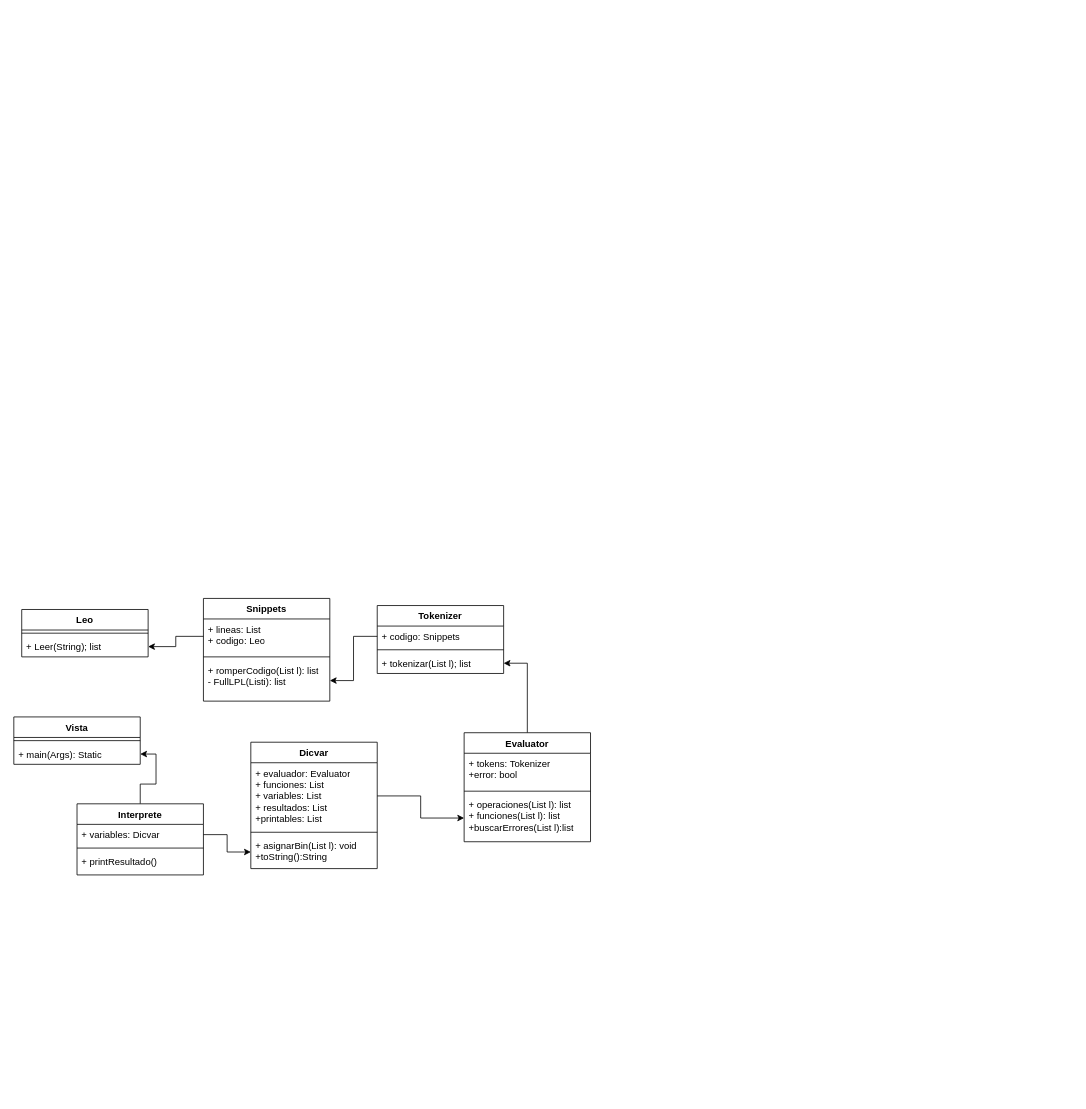
Above: ProyectoPrimerUML.drawio in JusSolo/Interprete_LISP (draw.io), before the change. Source tidied: cells renumbered, new cells numbered last; positions are measured from the earlier drawing's top-left corner, leaving out a move shared by most shapes. Both pictures are drawn from the tidied source at 79%, with x=0, y=0 at pixel (13, 598).
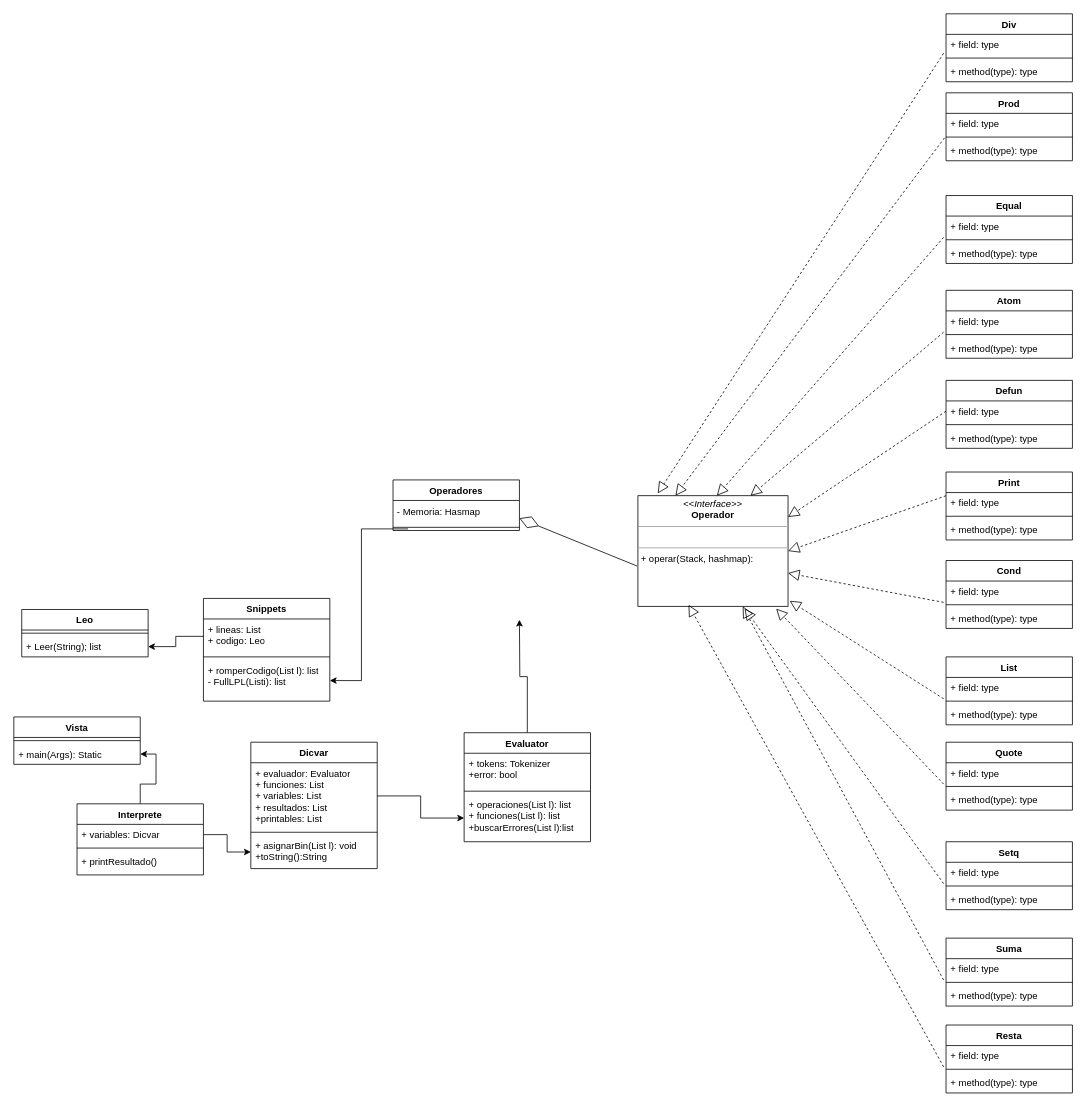
Above is the later version.

Unchanged cells that the change refers to:
```xml
<mxCell id="8" value="&lt;div&gt;+ romperCodigo(List l): list&lt;/div&gt;&lt;div&gt;- FullLPL(Listi): list&lt;br&gt;&lt;/div&gt;" style="text;strokeColor=none;fillColor=none;align=left;verticalAlign=top;spacingLeft=4;spacingRight=4;overflow=hidden;points=[[0,0.5],[1,0.5]];portConstraint=eastwest;whiteSpace=wrap;html=1;" parent="5" vertex="1">
  <mxGeometry y="78" width="160" height="52" as="geometry" />
</mxCell>
<mxCell id="10" value="Evaluator" style="swimlane;fontStyle=1;align=center;verticalAlign=top;horizontal=1;startSize=26;whiteSpace=wrap;html=1;" parent="1" vertex="1">
  <mxGeometry x="570" y="170" width="160" height="138" as="geometry" />
</mxCell>
```

What changed in the source:
```diff
@@
-    <mxCell id="9" style="edgeStyle=orthogonalEdgeStyle;rounded=0;jettySize=auto;html=1;" parent="1" edge="1" source="10" target="17">
-      <mxGeometry relative="1" as="geometry" />
+    <mxCell id="9" style="edgeStyle=orthogonalEdgeStyle;rounded=0;jettySize=auto;html=1;" parent="1" edge="1" source="10">
+      <mxGeometry relative="1" as="geometry">
+        <mxPoint x="640" y="27" as="targetPoint" />
+      </mxGeometry>
     </mxCell>
@@
-    <mxCell id="14" value="Tokenizer" style="swimlane;fontStyle=1;align=center;verticalAlign=top;horizontal=1;startSize=26;whiteSpace=wrap;html=1;" parent="1" vertex="1">
-      <mxGeometry x="460" y="9" width="160" height="86" as="geometry" />
+    <mxCell id="14" value="Operadores" style="swimlane;fontStyle=1;align=center;verticalAlign=top;horizontal=1;startSize=26;whiteSpace=wrap;html=1;" parent="1" vertex="1">
+      <mxGeometry x="480" y="-150" width="160" height="64" as="geometry" />
     </mxCell>
-    <mxCell id="15" value="+ codigo: Snippets" style="text;strokeColor=none;fillColor=none;align=left;verticalAlign=top;spacingLeft=4;spacingRight=4;overflow=hidden;points=[[0,0.5],[1,0.5]];portConstraint=eastwest;whiteSpace=wrap;html=1;" parent="14" vertex="1">
-      <mxGeometry y="26" width="160" height="26" as="geometry" />
-    </mxCell>
+    <mxCell id="34" value="&amp;nbsp;- Memoria: Hasmap " style="text;html=1;align=left;verticalAlign=middle;whiteSpace=wrap;rounded=0;" parent="14" vertex="1">
+      <mxGeometry y="26" width="160" height="30" as="geometry" />
+    </mxCell>
     <mxCell id="16" style="line;strokeWidth=1;fillColor=none;align=left;verticalAlign=middle;spacingTop=-1;spacingLeft=3;spacingRight=3;labelPosition=right;points=[];portConstraint=eastwest;strokeColor=inherit;" parent="14" vertex="1">
-      <mxGeometry y="52" width="160" height="8" as="geometry" />
+      <mxGeometry y="56" width="160" height="8" as="geometry" />
     </mxCell>
-    <mxCell id="17" value="+ tokenizar(List l); list" style="text;strokeColor=none;fillColor=none;align=left;verticalAlign=top;spacingLeft=4;spacingRight=4;overflow=hidden;points=[[0,0.5],[1,0.5]];portConstraint=eastwest;whiteSpace=wrap;html=1;" parent="14" vertex="1">
-      <mxGeometry y="60" width="160" height="26" as="geometry" />
-    </mxCell>
@@
-    <mxCell id="26" style="edgeStyle=orthogonalEdgeStyle;rounded=0;jettySize=auto;html=1;" parent="1" edge="1" source="15" target="8">
+    <mxCell id="26" style="edgeStyle=orthogonalEdgeStyle;rounded=0;jettySize=auto;html=1;exitX=0.119;exitY=0.75;exitDx=0;exitDy=0;exitPerimeter=0;" parent="1" edge="1" source="16" target="8">
       <mxGeometry relative="1" as="geometry" />
     </mxCell>
@@
+    <mxCell id="35" value="&lt;p style=&quot;margin:0px;margin-top:4px;text-align:center;&quot;&gt;&lt;i&gt;&amp;lt;&amp;lt;Interface&amp;gt;&amp;gt;&lt;/i&gt;&lt;br&gt;&lt;b&gt;Operador&lt;/b&gt;&lt;br&gt;&lt;/p&gt;&lt;hr size=&quot;1&quot;&gt;&lt;p style=&quot;margin:0px;margin-left:4px;&quot;&gt;&lt;br&gt;&lt;/p&gt;&lt;hr size=&quot;1&quot;&gt;&lt;p style=&quot;margin:0px;margin-left:4px;&quot;&gt;+ operar(Stack, hashmap):&lt;/p&gt;&lt;p style=&quot;margin:0px;margin-left:4px;&quot;&gt;&lt;br&gt;&lt;/p&gt;" style="verticalAlign=top;align=left;overflow=fill;html=1;whiteSpace=wrap;" parent="1" vertex="1">
+      <mxGeometry x="790" y="-130" width="190" height="140" as="geometry" />
+    </mxCell>
+    <mxCell id="36" style="endArrow=diamondThin;endFill=0;endSize=24;html=1;rounded=0;exitX=-0.005;exitY=0.636;exitDx=0;exitDy=0;exitPerimeter=0;entryX=1;entryY=0.75;entryDx=0;entryDy=0;" parent="1" edge="1" source="35" target="34">
+      <mxGeometry relative="1" as="geometry" />
+    </mxCell>
+    <mxCell id="37" style="endArrow=block;dashed=1;endFill=0;endSize=12;html=1;rounded=0;entryX=1;entryY=0.193;entryDx=0;entryDy=0;entryPerimeter=0;exitX=0;exitY=0.5;exitDx=0;exitDy=0;" parent="1" edge="1" source="39" target="35">
+      <mxGeometry relative="1" as="geometry" />
+    </mxCell>
+    <mxCell id="38" value="Defun" style="swimlane;fontStyle=1;align=center;verticalAlign=top;horizontal=1;startSize=26;whiteSpace=wrap;html=1;" parent="1" vertex="1">
+      <mxGeometry x="1180" y="-276" width="160" height="86" as="geometry" />
+    </mxCell>
+    <mxCell id="39" value="+ field: type" style="text;strokeColor=none;fillColor=none;align=left;verticalAlign=top;spacingLeft=4;spacingRight=4;overflow=hidden;points=[[0,0.5],[1,0.5]];portConstraint=eastwest;whiteSpace=wrap;html=1;" parent="38" vertex="1">
+      <mxGeometry y="26" width="160" height="26" as="geometry" />
+    </mxCell>
+    <mxCell id="40" style="line;strokeWidth=1;fillColor=none;align=left;verticalAlign=middle;spacingTop=-1;spacingLeft=3;spacingRight=3;labelPosition=right;strokeColor=inherit;" parent="38" vertex="1">
+      <mxGeometry y="52" width="160" height="8" as="geometry" />
+    </mxCell>
+    <mxCell id="41" value="+ method(type): type" style="text;strokeColor=none;fillColor=none;align=left;verticalAlign=top;spacingLeft=4;spacingRight=4;overflow=hidden;whiteSpace=wrap;html=1;" parent="38" vertex="1">
+      <mxGeometry y="60" width="160" height="26" as="geometry" />
+    </mxCell>
+    <mxCell id="42" value="Print" style="swimlane;fontStyle=1;align=center;verticalAlign=top;horizontal=1;startSize=26;whiteSpace=wrap;html=1;" parent="1" vertex="1">
+      <mxGeometry x="1180" y="-160" width="160" height="86" as="geometry" />
+    </mxCell>
+    <mxCell id="43" value="+ field: type" style="text;strokeColor=none;fillColor=none;align=left;verticalAlign=top;spacingLeft=4;spacingRight=4;overflow=hidden;whiteSpace=wrap;html=1;" parent="42" vertex="1">
+      <mxGeometry y="26" width="160" height="26" as="geometry" />
+    </mxCell>
+    <mxCell id="44" style="line;strokeWidth=1;fillColor=none;align=left;verticalAlign=middle;spacingTop=-1;spacingLeft=3;spacingRight=3;labelPosition=right;strokeColor=inherit;" parent="42" vertex="1">
+      <mxGeometry y="52" width="160" height="8" as="geometry" />
+    </mxCell>
+    <mxCell id="45" value="+ method(type): type" style="text;strokeColor=none;fillColor=none;align=left;verticalAlign=top;spacingLeft=4;spacingRight=4;overflow=hidden;whiteSpace=wrap;html=1;" parent="42" vertex="1">
+      <mxGeometry y="60" width="160" height="26" as="geometry" />
+    </mxCell>
+    <mxCell id="46" value="Cond" style="swimlane;fontStyle=1;align=center;verticalAlign=top;horizontal=1;startSize=26;whiteSpace=wrap;html=1;" parent="1" vertex="1">
+      <mxGeometry x="1180" y="-48" width="160" height="86" as="geometry" />
+    </mxCell>
+    <mxCell id="47" value="+ field: type" style="text;strokeColor=none;fillColor=none;align=left;verticalAlign=top;spacingLeft=4;spacingRight=4;overflow=hidden;points=[[0,0.5],[1,0.5]];portConstraint=eastwest;whiteSpace=wrap;html=1;" parent="46" vertex="1">
+      <mxGeometry y="26" width="160" height="26" as="geometry" />
+    </mxCell>
+    <mxCell id="48" style="line;strokeWidth=1;fillColor=none;align=left;verticalAlign=middle;spacingTop=-1;spacingLeft=3;spacingRight=3;labelPosition=right;strokeColor=inherit;" parent="46" vertex="1">
+      <mxGeometry y="52" width="160" height="8" as="geometry" />
+    </mxCell>
+    <mxCell id="49" value="+ method(type): type" style="text;strokeColor=none;fillColor=none;align=left;verticalAlign=top;spacingLeft=4;spacingRight=4;overflow=hidden;whiteSpace=wrap;html=1;" parent="46" vertex="1">
+      <mxGeometry y="60" width="160" height="26" as="geometry" />
+    </mxCell>
+    <mxCell id="50" style="endArrow=block;dashed=1;endFill=0;endSize=12;html=1;rounded=0;entryX=1;entryY=0.5;entryDx=0;entryDy=0;" parent="1" edge="1" target="35">
+      <mxGeometry relative="1" as="geometry">
+        <mxPoint x="1180" y="-130" as="sourcePoint" />
+      </mxGeometry>
+    </mxCell>
+    <mxCell id="51" style="endArrow=block;dashed=1;endFill=0;endSize=12;html=1;rounded=0;entryX=1;entryY=0.7;entryDx=0;entryDy=0;entryPerimeter=0;exitX=-0.019;exitY=1.038;exitDx=0;exitDy=0;exitPerimeter=0;" parent="1" edge="1" source="47" target="35">
+      <mxGeometry relative="1" as="geometry" />
+    </mxCell>
+    <mxCell id="52" value="List" style="swimlane;fontStyle=1;align=center;verticalAlign=top;horizontal=1;startSize=26;whiteSpace=wrap;html=1;" parent="1" vertex="1">
+      <mxGeometry x="1180" y="74" width="160" height="86" as="geometry" />
+    </mxCell>
+    <mxCell id="53" value="+ field: type" style="text;strokeColor=none;fillColor=none;align=left;verticalAlign=top;spacingLeft=4;spacingRight=4;overflow=hidden;points=[[0,0.5],[1,0.5]];portConstraint=eastwest;whiteSpace=wrap;html=1;" parent="52" vertex="1">
+      <mxGeometry y="26" width="160" height="26" as="geometry" />
+    </mxCell>
+    <mxCell id="54" style="line;strokeWidth=1;fillColor=none;align=left;verticalAlign=middle;spacingTop=-1;spacingLeft=3;spacingRight=3;labelPosition=right;strokeColor=inherit;" parent="52" vertex="1">
+      <mxGeometry y="52" width="160" height="8" as="geometry" />
+    </mxCell>
+    <mxCell id="55" value="+ method(type): type" style="text;strokeColor=none;fillColor=none;align=left;verticalAlign=top;spacingLeft=4;spacingRight=4;overflow=hidden;whiteSpace=wrap;html=1;" parent="52" vertex="1">
+      <mxGeometry y="60" width="160" height="26" as="geometry" />
+    </mxCell>
+    <mxCell id="56" style="endArrow=block;dashed=1;endFill=0;endSize=12;html=1;rounded=0;entryX=1.011;entryY=0.95;entryDx=0;entryDy=0;entryPerimeter=0;exitX=-0.019;exitY=1.038;exitDx=0;exitDy=0;exitPerimeter=0;" parent="1" edge="1" source="53" target="35">
+      <mxGeometry relative="1" as="geometry" />
+    </mxCell>
+    <mxCell id="57" value="Quote" style="swimlane;fontStyle=1;align=center;verticalAlign=top;horizontal=1;startSize=26;whiteSpace=wrap;html=1;" parent="1" vertex="1">
+      <mxGeometry x="1180" y="182" width="160" height="86" as="geometry" />
+    </mxCell>
+    <mxCell id="58" value="+ field: type" style="text;strokeColor=none;fillColor=none;align=left;verticalAlign=top;spacingLeft=4;spacingRight=4;overflow=hidden;points=[[0,0.5],[1,0.5]];portConstraint=eastwest;whiteSpace=wrap;html=1;" parent="57" vertex="1">
+      <mxGeometry y="26" width="160" height="26" as="geometry" />
+    </mxCell>
+    <mxCell id="59" style="line;strokeWidth=1;fillColor=none;align=left;verticalAlign=middle;spacingTop=-1;spacingLeft=3;spacingRight=3;labelPosition=right;strokeColor=inherit;" parent="57" vertex="1">
+      <mxGeometry y="52" width="160" height="8" as="geometry" />
+    </mxCell>
+    <mxCell id="60" value="+ method(type): type" style="text;strokeColor=none;fillColor=none;align=left;verticalAlign=top;spacingLeft=4;spacingRight=4;overflow=hidden;whiteSpace=wrap;html=1;" parent="57" vertex="1">
+      <mxGeometry y="60" width="160" height="26" as="geometry" />
+    </mxCell>
+    <mxCell id="61" style="endArrow=block;dashed=1;endFill=0;endSize=12;html=1;rounded=0;entryX=0.921;entryY=1.021;entryDx=0;entryDy=0;entryPerimeter=0;exitX=-0.019;exitY=1.038;exitDx=0;exitDy=0;exitPerimeter=0;" parent="1" edge="1" source="58" target="35">
+      <mxGeometry relative="1" as="geometry" />
+    </mxCell>
+    <mxCell id="62" value="Setq" style="swimlane;fontStyle=1;align=center;verticalAlign=top;horizontal=1;startSize=26;whiteSpace=wrap;html=1;" parent="1" vertex="1">
+      <mxGeometry x="1180" y="308" width="160" height="86" as="geometry" />
+    </mxCell>
+    <mxCell id="63" value="+ field: type" style="text;strokeColor=none;fillColor=none;align=left;verticalAlign=top;spacingLeft=4;spacingRight=4;overflow=hidden;points=[[0,0.5],[1,0.5]];portConstraint=eastwest;whiteSpace=wrap;html=1;" parent="62" vertex="1">
+      <mxGeometry y="26" width="160" height="26" as="geometry" />
+    </mxCell>
+    <mxCell id="64" style="line;strokeWidth=1;fillColor=none;align=left;verticalAlign=middle;spacingTop=-1;spacingLeft=3;spacingRight=3;labelPosition=right;strokeColor=inherit;" parent="62" vertex="1">
+      <mxGeometry y="52" width="160" height="8" as="geometry" />
+    </mxCell>
+    <mxCell id="65" value="+ method(type): type" style="text;strokeColor=none;fillColor=none;align=left;verticalAlign=top;spacingLeft=4;spacingRight=4;overflow=hidden;whiteSpace=wrap;html=1;" parent="62" vertex="1">
+      <mxGeometry y="60" width="160" height="26" as="geometry" />
+    </mxCell>
+    <mxCell id="66" style="endArrow=block;dashed=1;endFill=0;endSize=12;html=1;rounded=0;entryX=0.711;entryY=1.021;entryDx=0;entryDy=0;entryPerimeter=0;exitX=-0.019;exitY=1.038;exitDx=0;exitDy=0;exitPerimeter=0;" parent="1" edge="1" source="63" target="35">
+      <mxGeometry relative="1" as="geometry" />
+    </mxCell>
+    <mxCell id="67" value="Atom" style="swimlane;fontStyle=1;align=center;verticalAlign=top;horizontal=1;startSize=26;whiteSpace=wrap;html=1;" parent="1" vertex="1">
+      <mxGeometry x="1180" y="-390" width="160" height="86" as="geometry" />
+    </mxCell>
+    <mxCell id="68" value="+ field: type" style="text;strokeColor=none;fillColor=none;align=left;verticalAlign=top;spacingLeft=4;spacingRight=4;overflow=hidden;points=[[0,0.5],[1,0.5]];portConstraint=eastwest;whiteSpace=wrap;html=1;" parent="67" vertex="1">
+      <mxGeometry y="26" width="160" height="26" as="geometry" />
+    </mxCell>
+    <mxCell id="69" style="line;strokeWidth=1;fillColor=none;align=left;verticalAlign=middle;spacingTop=-1;spacingLeft=3;spacingRight=3;labelPosition=right;strokeColor=inherit;" parent="67" vertex="1">
+      <mxGeometry y="52" width="160" height="8" as="geometry" />
+    </mxCell>
+    <mxCell id="70" value="+ method(type): type" style="text;strokeColor=none;fillColor=none;align=left;verticalAlign=top;spacingLeft=4;spacingRight=4;overflow=hidden;whiteSpace=wrap;html=1;" parent="67" vertex="1">
+      <mxGeometry y="60" width="160" height="26" as="geometry" />
+    </mxCell>
+    <mxCell id="71" style="endArrow=block;dashed=1;endFill=0;endSize=12;html=1;rounded=0;entryX=0.75;entryY=0;entryDx=0;entryDy=0;exitX=-0.019;exitY=1.038;exitDx=0;exitDy=0;exitPerimeter=0;" parent="1" edge="1" source="68" target="35">
+      <mxGeometry relative="1" as="geometry" />
+    </mxCell>
+    <mxCell id="72" value="Equal" style="swimlane;fontStyle=1;align=center;verticalAlign=top;horizontal=1;startSize=26;whiteSpace=wrap;html=1;" parent="1" vertex="1">
+      <mxGeometry x="1180" y="-510" width="160" height="86" as="geometry" />
+    </mxCell>
+    <mxCell id="73" value="+ field: type" style="text;strokeColor=none;fillColor=none;align=left;verticalAlign=top;spacingLeft=4;spacingRight=4;overflow=hidden;points=[[0,0.5],[1,0.5]];portConstraint=eastwest;whiteSpace=wrap;html=1;" parent="72" vertex="1">
+      <mxGeometry y="26" width="160" height="26" as="geometry" />
+    </mxCell>
+    <mxCell id="74" style="line;strokeWidth=1;fillColor=none;align=left;verticalAlign=middle;spacingTop=-1;spacingLeft=3;spacingRight=3;labelPosition=right;strokeColor=inherit;" parent="72" vertex="1">
+      <mxGeometry y="52" width="160" height="8" as="geometry" />
+    </mxCell>
+    <mxCell id="75" value="+ method(type): type" style="text;strokeColor=none;fillColor=none;align=left;verticalAlign=top;spacingLeft=4;spacingRight=4;overflow=hidden;whiteSpace=wrap;html=1;" parent="72" vertex="1">
+      <mxGeometry y="60" width="160" height="26" as="geometry" />
+    </mxCell>
+    <mxCell id="76" style="endArrow=block;dashed=1;endFill=0;endSize=12;html=1;rounded=0;exitX=-0.019;exitY=1.038;exitDx=0;exitDy=0;exitPerimeter=0;entryX=0.526;entryY=0;entryDx=0;entryDy=0;entryPerimeter=0;" parent="1" edge="1" source="73" target="35">
+      <mxGeometry relative="1" as="geometry" />
+    </mxCell>
+    <mxCell id="77" value="Suma" style="swimlane;fontStyle=1;align=center;verticalAlign=top;horizontal=1;startSize=26;whiteSpace=wrap;html=1;" parent="1" vertex="1">
+      <mxGeometry x="1180" y="430" width="160" height="86" as="geometry" />
+    </mxCell>
+    <mxCell id="78" value="+ field: type" style="text;strokeColor=none;fillColor=none;align=left;verticalAlign=top;spacingLeft=4;spacingRight=4;overflow=hidden;points=[[0,0.5],[1,0.5]];portConstraint=eastwest;whiteSpace=wrap;html=1;" parent="77" vertex="1">
+      <mxGeometry y="26" width="160" height="26" as="geometry" />
+    </mxCell>
+    <mxCell id="79" style="line;strokeWidth=1;fillColor=none;align=left;verticalAlign=middle;spacingTop=-1;spacingLeft=3;spacingRight=3;labelPosition=right;strokeColor=inherit;" parent="77" vertex="1">
+      <mxGeometry y="52" width="160" height="8" as="geometry" />
+    </mxCell>
+    <mxCell id="80" value="+ method(type): type" style="text;strokeColor=none;fillColor=none;align=left;verticalAlign=top;spacingLeft=4;spacingRight=4;overflow=hidden;whiteSpace=wrap;html=1;" parent="77" vertex="1">
+      <mxGeometry y="60" width="160" height="26" as="geometry" />
+    </mxCell>
+    <mxCell id="81" style="endArrow=block;dashed=1;endFill=0;endSize=12;html=1;rounded=0;exitX=-0.019;exitY=1.038;exitDx=0;exitDy=0;exitPerimeter=0;" parent="1" edge="1" source="78" target="35">
+      <mxGeometry relative="1" as="geometry" />
+    </mxCell>
+    <mxCell id="82" value="Resta" style="swimlane;fontStyle=1;align=center;verticalAlign=top;horizontal=1;startSize=26;whiteSpace=wrap;html=1;" parent="1" vertex="1">
+      <mxGeometry x="1180" y="540" width="160" height="86" as="geometry" />
+    </mxCell>
+    <mxCell id="83" value="+ field: type" style="text;strokeColor=none;fillColor=none;align=left;verticalAlign=top;spacingLeft=4;spacingRight=4;overflow=hidden;points=[[0,0.5],[1,0.5]];portConstraint=eastwest;whiteSpace=wrap;html=1;" parent="82" vertex="1">
+      <mxGeometry y="26" width="160" height="26" as="geometry" />
+    </mxCell>
+    <mxCell id="84" style="line;strokeWidth=1;fillColor=none;align=left;verticalAlign=middle;spacingTop=-1;spacingLeft=3;spacingRight=3;labelPosition=right;strokeColor=inherit;" parent="82" vertex="1">
+      <mxGeometry y="52" width="160" height="8" as="geometry" />
+    </mxCell>
+    <mxCell id="85" value="+ method(type): type" style="text;strokeColor=none;fillColor=none;align=left;verticalAlign=top;spacingLeft=4;spacingRight=4;overflow=hidden;whiteSpace=wrap;html=1;" parent="82" vertex="1">
+      <mxGeometry y="60" width="160" height="26" as="geometry" />
+    </mxCell>
+    <mxCell id="86" style="endArrow=block;dashed=1;endFill=0;endSize=12;html=1;rounded=0;entryX=0.337;entryY=0.986;entryDx=0;entryDy=0;entryPerimeter=0;exitX=-0.019;exitY=1.038;exitDx=0;exitDy=0;exitPerimeter=0;" parent="1" edge="1" source="83" target="35">
+      <mxGeometry relative="1" as="geometry" />
+    </mxCell>
+    <mxCell id="87" value="Prod" style="swimlane;fontStyle=1;align=center;verticalAlign=top;horizontal=1;startSize=26;whiteSpace=wrap;html=1;" parent="1" vertex="1">
+      <mxGeometry x="1180" y="-640" width="160" height="86" as="geometry" />
+    </mxCell>
+    <mxCell id="88" value="+ field: type" style="text;strokeColor=none;fillColor=none;align=left;verticalAlign=top;spacingLeft=4;spacingRight=4;overflow=hidden;whiteSpace=wrap;html=1;" parent="87" vertex="1">
+      <mxGeometry y="26" width="160" height="26" as="geometry" />
+    </mxCell>
+    <mxCell id="89" style="line;strokeWidth=1;fillColor=none;align=left;verticalAlign=middle;spacingTop=-1;spacingLeft=3;spacingRight=3;labelPosition=right;strokeColor=inherit;" parent="87" vertex="1">
+      <mxGeometry y="52" width="160" height="8" as="geometry" />
+    </mxCell>
+    <mxCell id="90" value="+ method(type): type" style="text;strokeColor=none;fillColor=none;align=left;verticalAlign=top;spacingLeft=4;spacingRight=4;overflow=hidden;points=[[0,0.5],[1,0.5]];portConstraint=eastwest;whiteSpace=wrap;html=1;" parent="87" vertex="1">
+      <mxGeometry y="60" width="160" height="26" as="geometry" />
+    </mxCell>
+    <mxCell id="91" style="endArrow=block;dashed=1;endFill=0;endSize=12;html=1;rounded=0;exitX=-0.012;exitY=-0.115;exitDx=0;exitDy=0;exitPerimeter=0;entryX=0.25;entryY=0;entryDx=0;entryDy=0;" parent="1" edge="1" source="90" target="35">
+      <mxGeometry relative="1" as="geometry" />
+    </mxCell>
+    <mxCell id="92" style="endArrow=block;dashed=1;endFill=0;endSize=12;html=1;rounded=0;entryX=0.132;entryY=-0.021;entryDx=0;entryDy=0;entryPerimeter=0;exitX=-0.019;exitY=0.923;exitDx=0;exitDy=0;exitPerimeter=0;" parent="1" edge="1" source="94" target="35">
+      <mxGeometry relative="1" as="geometry" />
+    </mxCell>
+    <mxCell id="93" value="Div" style="swimlane;fontStyle=1;align=center;verticalAlign=top;horizontal=1;startSize=26;whiteSpace=wrap;html=1;" parent="1" vertex="1">
+      <mxGeometry x="1180" y="-740" width="160" height="86" as="geometry" />
+    </mxCell>
+    <mxCell id="94" value="+ field: type" style="text;strokeColor=none;fillColor=none;align=left;verticalAlign=top;spacingLeft=4;spacingRight=4;overflow=hidden;points=[[0,0.5],[1,0.5]];portConstraint=eastwest;whiteSpace=wrap;html=1;" parent="93" vertex="1">
+      <mxGeometry y="26" width="160" height="26" as="geometry" />
+    </mxCell>
+    <mxCell id="95" style="line;strokeWidth=1;fillColor=none;align=left;verticalAlign=middle;spacingTop=-1;spacingLeft=3;spacingRight=3;labelPosition=right;strokeColor=inherit;" parent="93" vertex="1">
+      <mxGeometry y="52" width="160" height="8" as="geometry" />
+    </mxCell>
+    <mxCell id="96" value="+ method(type): type" style="text;strokeColor=none;fillColor=none;align=left;verticalAlign=top;spacingLeft=4;spacingRight=4;overflow=hidden;whiteSpace=wrap;html=1;" parent="93" vertex="1">
+      <mxGeometry y="60" width="160" height="26" as="geometry" />
+    </mxCell>
```
